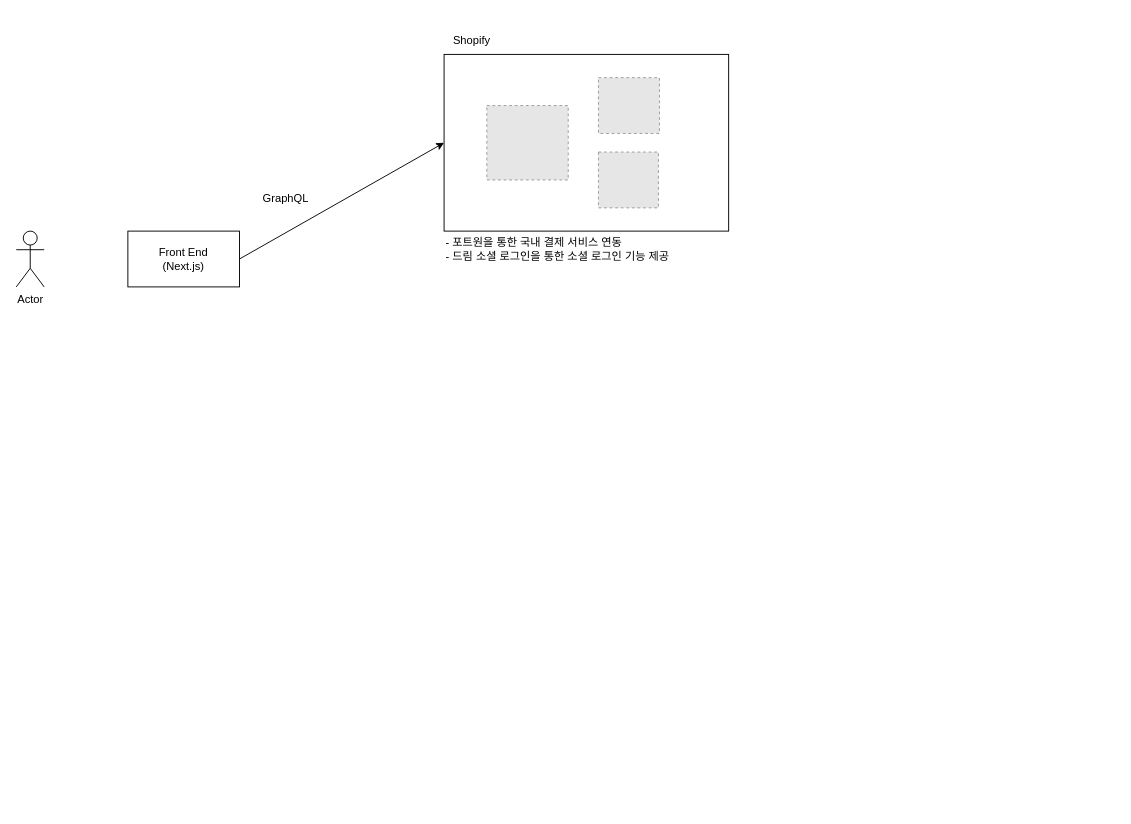
This is src/한우.drawio from SongYoungMin-304/java8, a draw.io file, before an edit. Source tidied: cells renumbered, new cells numbered last; positions are measured from the earlier drawing's top-left corner, leaving out a move shared by most shapes. Both pictures are drawn from the tidied source at 93%, with x=0, y=0 at pixel (16, 26). Pictures stored in the file or linked from it are replaced by grey dashed boxes.
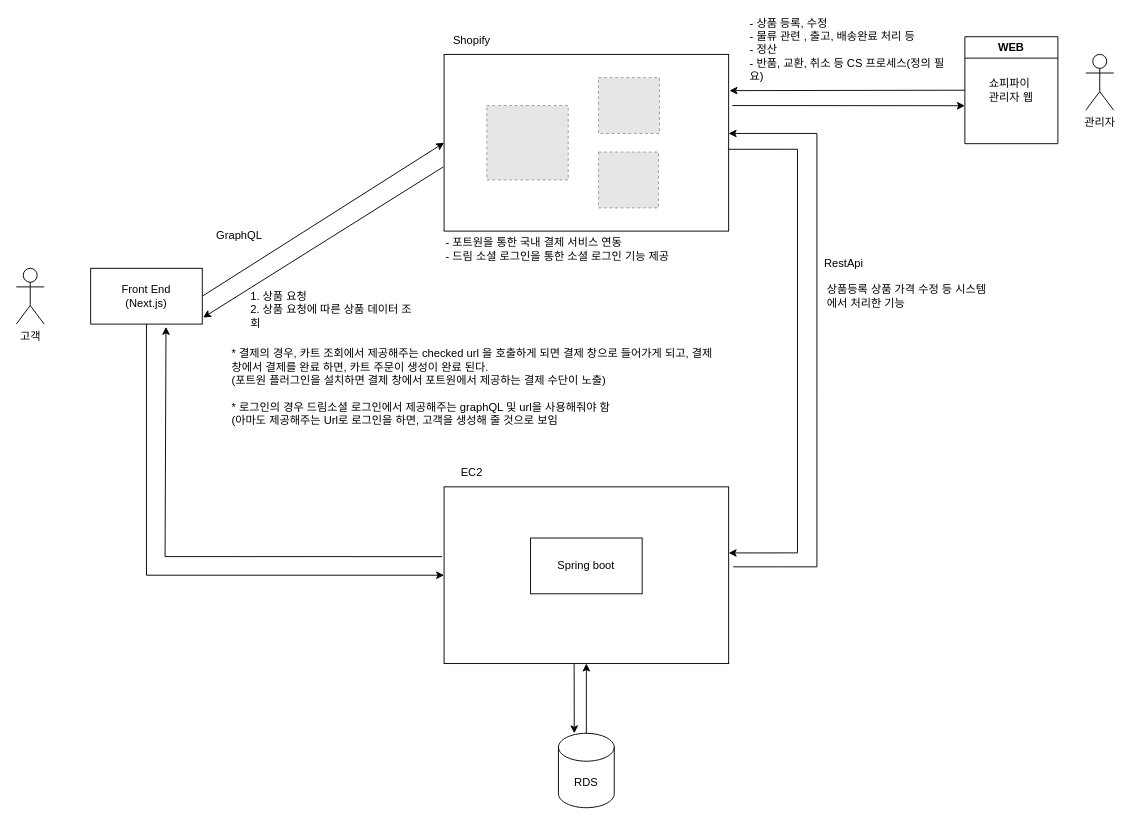
The same diagram, later.

Commit message:
한우.drawio 업데이트

Unchanged cells that the change refers to:
```xml
<mxCell id="2" style="rounded=0;whiteSpace=wrap;html=1;" parent="1" vertex="1">
  <mxGeometry x="460" y="30" width="306" height="190" as="geometry" />
</mxCell>
```

The edit, as a diff of the source:
```diff
@@
     <mxCell id="3" value="Front End&lt;br&gt;(Next.js)" style="rounded=0;whiteSpace=wrap;html=1;" parent="1" vertex="1">
-      <mxGeometry x="120" y="220" width="120" height="60" as="geometry" />
+      <mxGeometry x="80" y="260" width="120" height="60" as="geometry" />
     </mxCell>
@@
-    <mxCell id="7" value="Actor" style="shape=umlActor;verticalLabelPosition=bottom;verticalAlign=top;html=1;" parent="1" vertex="1">
-      <mxGeometry y="220" width="30" height="60" as="geometry" />
+    <mxCell id="7" value="고객" style="shape=umlActor;verticalLabelPosition=bottom;verticalAlign=top;html=1;" parent="1" vertex="1">
+      <mxGeometry y="260" width="30" height="60" as="geometry" />
     </mxCell>
@@
     <mxCell id="11" value="GraphQL" style="text;html=1;align=center;verticalAlign=middle;whiteSpace=wrap;rounded=0;" parent="1" vertex="1">
-      <mxGeometry x="260" y="170" width="60" height="30" as="geometry" />
+      <mxGeometry x="210" y="210" width="60" height="30" as="geometry" />
     </mxCell>
+    <mxCell id="12" style="endArrow=classic;html=1;rounded=0;exitX=-0.003;exitY=0.637;exitDx=0;exitDy=0;exitPerimeter=0;entryX=1.008;entryY=0.883;entryDx=0;entryDy=0;entryPerimeter=0;" parent="1" edge="1" source="2" target="3">
+      <mxGeometry relative="1" as="geometry" />
+    </mxCell>
+    <mxCell id="13" value="1. 상품 요청&lt;div&gt;2. 상품 요청에 따른 상품 데이터 조회&lt;/div&gt;" style="text;html=1;align=left;verticalAlign=middle;whiteSpace=wrap;rounded=0;" parent="1" vertex="1">
+      <mxGeometry x="250" y="290" width="180" height="30" as="geometry" />
+    </mxCell>
+    <mxCell id="14" value="* 결제의 경우, 카트 조회에서 제공해주는 checked url 을 호출하게 되면 결제 창으로 들어가게 되고, 결제 창에서 결제를 완료 하면, 카트 주문이 생성이 완료 된다.&lt;br&gt;&lt;div&gt;(포트원 플러그인을 설치하면 결제 창에서 포트원에서 제공하는 결제 수단이 노출)&lt;br&gt;&lt;br&gt;* 로그인의 경우 드림소셜 로그인에서 제공해주는 graphQL 및 url을 사용해줘야 함&lt;br&gt;(아마도 제공해주는 Url로 로그인을 하면, 고객을 생성해 줄 것으로 보임&lt;/div&gt;&lt;div&gt;&lt;br&gt;&lt;/div&gt;" style="text;html=1;align=left;verticalAlign=middle;whiteSpace=wrap;rounded=0;" parent="1" vertex="1">
+      <mxGeometry x="230" y="340" width="520" height="110" as="geometry" />
+    </mxCell>
+    <mxCell id="15" style="rounded=0;whiteSpace=wrap;html=1;" parent="1" vertex="1">
+      <mxGeometry x="460" y="495" width="306" height="190" as="geometry" />
+    </mxCell>
+    <mxCell id="16" value="Spring boot" style="rounded=0;whiteSpace=wrap;html=1;" parent="1" vertex="1">
+      <mxGeometry x="553" y="550" width="120" height="60" as="geometry" />
+    </mxCell>
+    <mxCell id="17" style="endArrow=classic;html=1;rounded=0;exitX=0.5;exitY=1;exitDx=0;exitDy=0;entryX=0;entryY=0.5;entryDx=0;entryDy=0;" parent="1" edge="1" source="3" target="15">
+      <mxGeometry relative="1" as="geometry">
+        <Array as="points">
+          <mxPoint x="140" y="590" />
+        </Array>
+      </mxGeometry>
+    </mxCell>
+    <mxCell id="18" style="endArrow=classic;html=1;rounded=0;exitX=-0.007;exitY=0.395;exitDx=0;exitDy=0;entryX=0.675;entryY=1.05;entryDx=0;entryDy=0;exitPerimeter=0;entryPerimeter=0;" parent="1" edge="1" source="15" target="3">
+      <mxGeometry relative="1" as="geometry">
+        <Array as="points">
+          <mxPoint x="160" y="570" />
+        </Array>
+      </mxGeometry>
+    </mxCell>
+    <mxCell id="19" value="RDS" style="shape=cylinder3;whiteSpace=wrap;html=1;boundedLbl=1;backgroundOutline=1;size=15;" parent="1" vertex="1">
+      <mxGeometry x="583" y="760" width="60" height="80" as="geometry" />
+    </mxCell>
+    <mxCell id="20" style="endArrow=classic;html=1;rounded=0;exitX=0.457;exitY=1;exitDx=0;exitDy=0;exitPerimeter=0;entryX=0.283;entryY=0;entryDx=0;entryDy=0;entryPerimeter=0;" parent="1" edge="1" source="15" target="19">
+      <mxGeometry relative="1" as="geometry" />
+    </mxCell>
+    <mxCell id="21" style="endArrow=classic;html=1;rounded=0;entryX=0.5;entryY=1;entryDx=0;entryDy=0;exitX=0.5;exitY=0;exitDx=0;exitDy=0;exitPerimeter=0;" parent="1" edge="1" source="19" target="15">
+      <mxGeometry relative="1" as="geometry" />
+    </mxCell>
+    <mxCell id="22" value="EC2" style="text;html=1;align=center;verticalAlign=middle;whiteSpace=wrap;rounded=0;" parent="1" vertex="1">
+      <mxGeometry x="460" y="465" width="60" height="30" as="geometry" />
+    </mxCell>
+    <mxCell id="23" style="endArrow=classic;html=1;rounded=0;entryX=0.997;entryY=0.442;entryDx=0;entryDy=0;entryPerimeter=0;" parent="1" edge="1">
+      <mxGeometry relative="1" as="geometry">
+        <mxPoint x="770.9" y="581" as="sourcePoint" />
+        <mxPoint x="766" y="115" as="targetPoint" />
+        <Array as="points">
+          <mxPoint x="820.9" y="581" />
+          <mxPoint x="860.9" y="581" />
+          <mxPoint x="860.9" y="401" />
+          <mxPoint x="860.9" y="115" />
+        </Array>
+      </mxGeometry>
+    </mxCell>
+    <mxCell id="24" style="endArrow=classic;html=1;rounded=0;exitX=0.997;exitY=0.537;exitDx=0;exitDy=0;exitPerimeter=0;entryX=1;entryY=0.374;entryDx=0;entryDy=0;entryPerimeter=0;" parent="1" edge="1" source="2" target="15">
+      <mxGeometry relative="1" as="geometry">
+        <Array as="points">
+          <mxPoint x="840" y="132" />
+          <mxPoint x="840" y="566" />
+        </Array>
+      </mxGeometry>
+    </mxCell>
+    <mxCell id="25" value="RestApi" style="text;html=1;align=center;verticalAlign=middle;whiteSpace=wrap;rounded=0;" parent="1" vertex="1">
+      <mxGeometry x="860" y="240" width="60" height="30" as="geometry" />
+    </mxCell>
+    <mxCell id="26" value="상품등록 상품 가격 수정 등 시스템에서 처리한 기능" style="text;html=1;align=left;verticalAlign=middle;whiteSpace=wrap;rounded=0;" parent="1" vertex="1">
+      <mxGeometry x="870" y="275" width="180" height="30" as="geometry" />
+    </mxCell>
+    <mxCell id="27" value="관리자" style="shape=umlActor;verticalLabelPosition=bottom;verticalAlign=top;html=1;" parent="1" vertex="1">
+      <mxGeometry x="1150" y="30" width="30" height="60" as="geometry" />
+    </mxCell>
+    <mxCell id="28" value="WEB" style="swimlane;whiteSpace=wrap;html=1;" parent="1" vertex="1">
+      <mxGeometry x="1020" y="11" width="100" height="115" as="geometry" />
+    </mxCell>
+    <mxCell id="29" value="쇼피파이&amp;nbsp;&lt;div&gt;관리자 웹&lt;/div&gt;" style="text;html=1;align=center;verticalAlign=middle;whiteSpace=wrap;rounded=0;" parent="28" vertex="1">
+      <mxGeometry x="20" y="42.5" width="60" height="30" as="geometry" />
+    </mxCell>
+    <mxCell id="30" style="endArrow=classic;html=1;rounded=0;exitX=0;exitY=0.5;exitDx=0;exitDy=0;entryX=1.003;entryY=0.205;entryDx=0;entryDy=0;entryPerimeter=0;" parent="1" edge="1" source="28" target="2">
+      <mxGeometry relative="1" as="geometry" />
+    </mxCell>
+    <mxCell id="31" style="endArrow=classic;html=1;rounded=0;entryX=0;entryY=0.75;entryDx=0;entryDy=0;" parent="1" edge="1">
+      <mxGeometry relative="1" as="geometry">
+        <mxPoint x="770" y="85" as="sourcePoint" />
+        <mxPoint x="1020" y="85.2" as="targetPoint" />
+      </mxGeometry>
+    </mxCell>
+    <mxCell id="32" value="- 상품 등록, 수정&lt;div&gt;- 물류 관련 , 출고, 배송완료 처리 등&lt;/div&gt;&lt;div&gt;- 정산&lt;/div&gt;&lt;div&gt;- 반품, 교환, 취소 등 CS 프로세스(정의 필요)&lt;/div&gt;" style="text;html=1;align=left;verticalAlign=middle;whiteSpace=wrap;rounded=0;" parent="1" vertex="1">
+      <mxGeometry x="787" y="-10" width="223" height="70" as="geometry" />
+    </mxCell>
```
